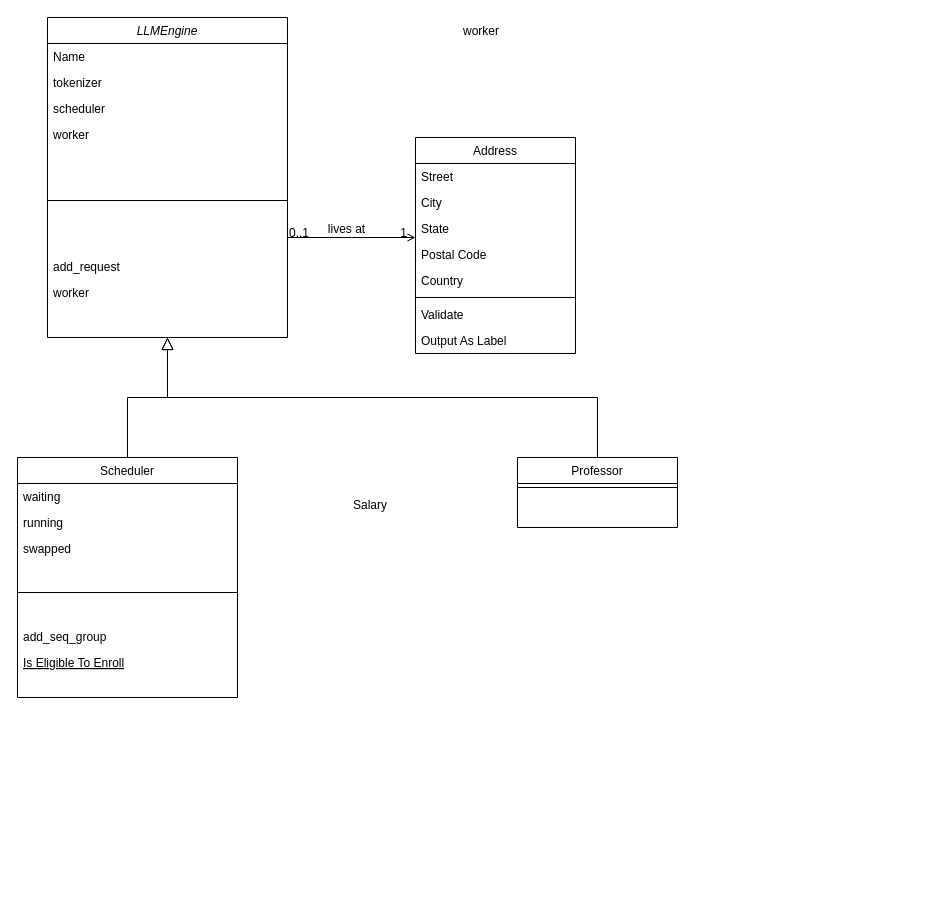
Before: page "Page-1" (1 of 2) of 未命名绘图.drawio in lileilai/MyBlog, a draw.io diagram. Source tidied: cells renumbered, new cells numbered last; positions are measured from the earlier drawing's top-left corner, leaving out a move shared by most shapes. Both pictures are drawn from the tidied source at 100%, with x=0, y=0 at pixel (17, 17).
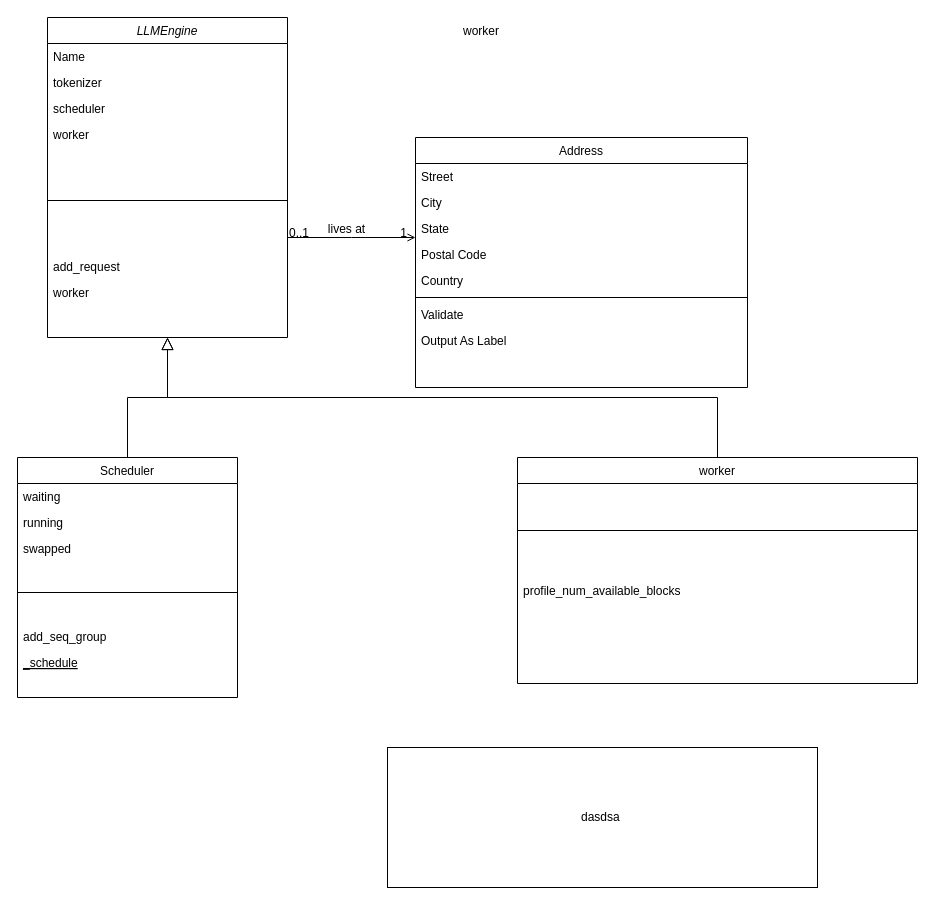
Above is the later version.

Commit message:
更新未命名绘图.drawio

The change refers to these unchanged cells:
```xml
<mxCell id="10" value="Scheduler" style="swimlane;fontStyle=0;align=center;verticalAlign=top;horizontal=1;startSize=26;rounded=0;shadow=0;strokeWidth=1;" parent="1" vertex="1">
  <mxGeometry y="440" width="220" height="240" as="geometry" />
</mxCell>
```

Change to the diagram source:
```diff
@@
-    <mxCell id="16" value="Is Eligible To Enroll" style="text;align=left;verticalAlign=top;spacingLeft=4;spacingRight=4;overflow=hidden;fontStyle=4;" parent="10" vertex="1">
+    <mxCell id="16" value="_schedule" style="text;align=left;verticalAlign=top;spacingLeft=4;spacingRight=4;overflow=hidden;fontStyle=4;" parent="10" vertex="1">
       <mxGeometry y="192" width="220" height="48" as="geometry" />
     </mxCell>
@@
-    <mxCell id="18" value="Professor" style="swimlane;fontStyle=0;align=center;verticalAlign=top;horizontal=1;startSize=26;rounded=0;shadow=0;strokeWidth=1;" parent="1" vertex="1">
-      <mxGeometry x="500" y="440" width="160" height="70" as="geometry" />
+    <mxCell id="18" value="worker" style="swimlane;fontStyle=0;align=center;verticalAlign=top;horizontal=1;startSize=26;rounded=0;shadow=0;strokeWidth=1;" parent="1" vertex="1">
+      <mxGeometry x="500" y="440" width="400" height="226" as="geometry" />
     </mxCell>
     <mxCell id="19" style="line;html=1;strokeWidth=1;align=left;verticalAlign=middle;spacingTop=-1;spacingLeft=3;spacingRight=3;labelPosition=right;" parent="18" vertex="1">
-      <mxGeometry y="26" width="160" height="8" as="geometry" />
+      <mxGeometry y="26" width="400" height="94" as="geometry" />
     </mxCell>
+    <mxCell id="36" value="profile_num_available_blocks" style="text;align=left;verticalAlign=top;spacingLeft=4;spacingRight=4;overflow=hidden;" parent="18" vertex="1">
+      <mxGeometry y="120" width="400" height="26" as="geometry" />
+    </mxCell>
@@
     <mxCell id="21" value="Address" style="swimlane;fontStyle=0;align=center;verticalAlign=top;horizontal=1;startSize=26;rounded=0;shadow=0;strokeWidth=1;" parent="1" vertex="1">
-      <mxGeometry x="398" y="120" width="160" height="216" as="geometry" />
+      <mxGeometry x="398" y="120" width="332" height="250" as="geometry" />
     </mxCell>
     <mxCell id="22" value="Street" style="text;align=left;verticalAlign=top;spacingLeft=4;spacingRight=4;overflow=hidden;" parent="21" vertex="1">
-      <mxGeometry y="26" width="160" height="26" as="geometry" />
+      <mxGeometry y="26" width="332" height="26" as="geometry" />
     </mxCell>
     <mxCell id="23" value="City" style="text;align=left;verticalAlign=top;spacingLeft=4;spacingRight=4;overflow=hidden;rounded=0;shadow=0;html=0;" parent="21" vertex="1">
-      <mxGeometry y="52" width="160" height="26" as="geometry" />
+      <mxGeometry y="52" width="332" height="26" as="geometry" />
     </mxCell>
     <mxCell id="24" value="State" style="text;align=left;verticalAlign=top;spacingLeft=4;spacingRight=4;overflow=hidden;rounded=0;shadow=0;html=0;" parent="21" vertex="1">
-      <mxGeometry y="78" width="160" height="26" as="geometry" />
+      <mxGeometry y="78" width="332" height="26" as="geometry" />
     </mxCell>
     <mxCell id="25" value="Postal Code" style="text;align=left;verticalAlign=top;spacingLeft=4;spacingRight=4;overflow=hidden;rounded=0;shadow=0;html=0;" parent="21" vertex="1">
-      <mxGeometry y="104" width="160" height="26" as="geometry" />
+      <mxGeometry y="104" width="332" height="26" as="geometry" />
     </mxCell>
     <mxCell id="26" value="Country" style="text;align=left;verticalAlign=top;spacingLeft=4;spacingRight=4;overflow=hidden;rounded=0;shadow=0;html=0;" parent="21" vertex="1">
-      <mxGeometry y="130" width="160" height="26" as="geometry" />
+      <mxGeometry y="130" width="332" height="26" as="geometry" />
     </mxCell>
     <mxCell id="27" style="line;html=1;strokeWidth=1;align=left;verticalAlign=middle;spacingTop=-1;spacingLeft=3;spacingRight=3;labelPosition=right;" parent="21" vertex="1">
-      <mxGeometry y="156" width="160" height="8" as="geometry" />
+      <mxGeometry y="156" width="332" height="8" as="geometry" />
     </mxCell>
     <mxCell id="28" value="Validate" style="text;align=left;verticalAlign=top;spacingLeft=4;spacingRight=4;overflow=hidden;" parent="21" vertex="1">
-      <mxGeometry y="164" width="160" height="26" as="geometry" />
+      <mxGeometry y="164" width="332" height="26" as="geometry" />
     </mxCell>
     <mxCell id="29" value="Output As Label" style="text;align=left;verticalAlign=top;spacingLeft=4;spacingRight=4;overflow=hidden;" parent="21" vertex="1">
-      <mxGeometry y="190" width="160" height="26" as="geometry" />
+      <mxGeometry y="190" width="332" height="26" as="geometry" />
     </mxCell>
@@
-    <mxCell id="35" value="Salary" style="text;align=left;verticalAlign=top;spacingLeft=4;spacingRight=4;overflow=hidden;" parent="1" vertex="1">
-      <mxGeometry x="330" y="474" width="160" height="26" as="geometry" />
-    </mxCell>
+    <mxCell id="37" value="dasdsa&amp;nbsp;" style="whiteSpace=wrap;html=1;" parent="1" vertex="1">
+      <mxGeometry x="370" y="730" width="430" height="140" as="geometry" />
+    </mxCell>
```
